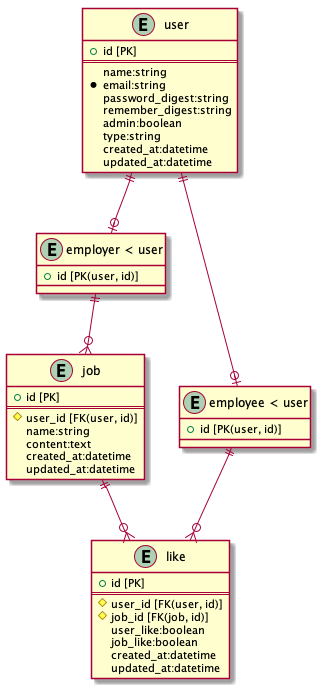
Earlier version of the PlantUML export out/ER-diagram/prototype.png (muryakami/Like-App).
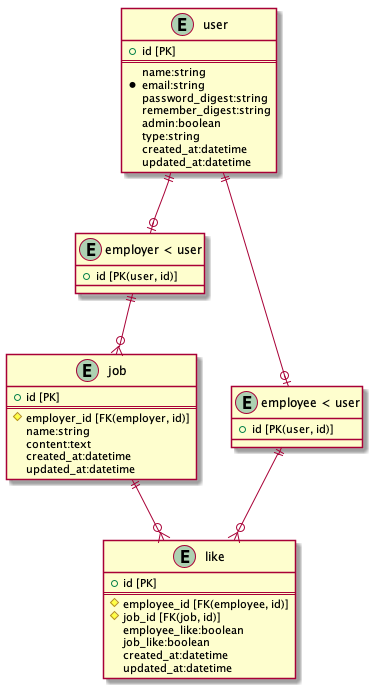
After the change.

Commit message:
Update Database Design

The edit, as a diff of the source:
```diff
@@ -1,4 +1,4 @@
-@startuml prototype2
+@startuml prototype
 
 entity "user" {
   + id [PK]
@@ -24,7 +24,7 @@
 entity "job" {
   + id [PK]
   ==
-  # user_id [FK(user, id)]
+  # employer_id [FK(employer, id)]
   name:string
   content:text
   created_at:datetime
@@ -34,9 +34,9 @@
 entity "like" {
   + id [PK]
   ==
-  # user_id [FK(user, id)]
+  # employee_id [FK(employee, id)]
   # job_id [FK(job, id)]
-  user_like:boolean
+  employee_like:boolean
   job_like:boolean
   created_at:datetime
   updated_at:datetime
```
